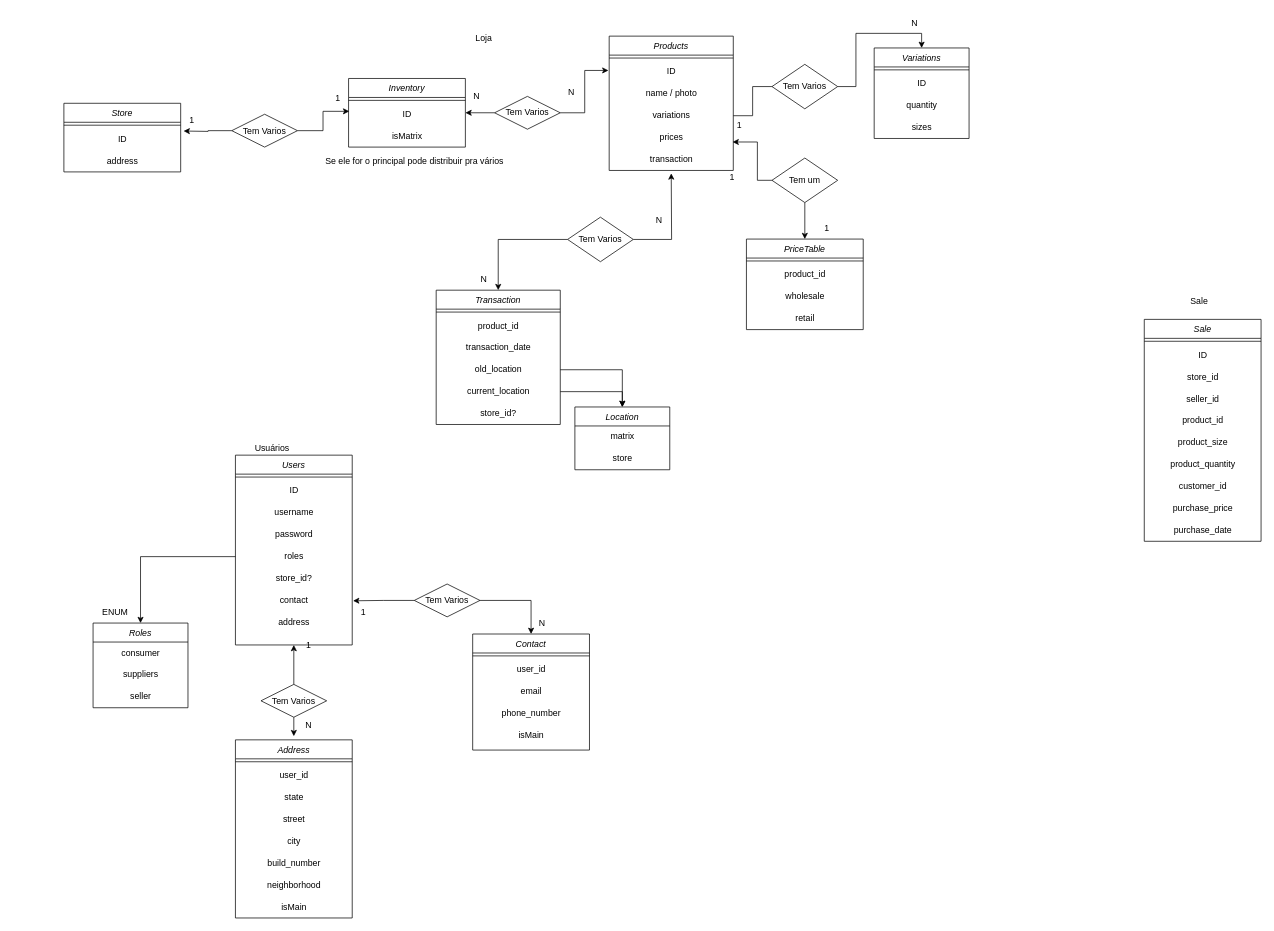
nunescl/store-management-api keeps this draw.io diagram as docs/data-model.drawio. Above is the earlier version. Source tidied: cells renumbered, new cells numbered last; positions are measured from the earlier drawing's top-left corner, leaving out a move shared by most shapes. Both pictures are drawn from the tidied source at 73%, with x=0, y=0 at pixel (64, 12).
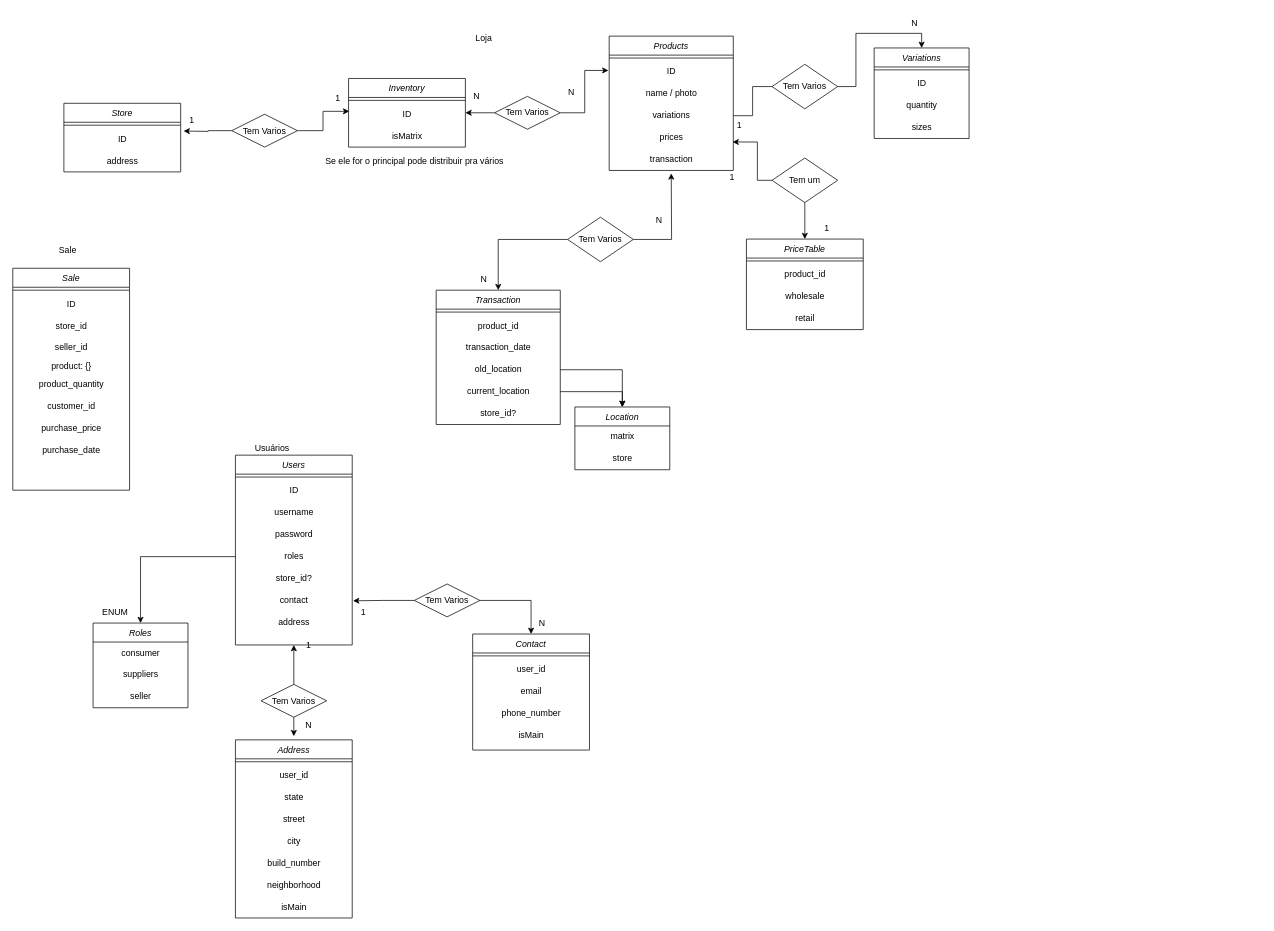
After the change.

What changed in the source:
```diff
@@
     <mxCell id="90" value="Sale" style="swimlane;fontStyle=2;align=center;verticalAlign=top;horizontal=1;startSize=26;rounded=0;shadow=0;strokeWidth=1;" parent="1" vertex="1">
-      <mxGeometry x="1480" y="420" width="160" height="304" as="geometry" />
+      <mxGeometry x="-70" y="350" width="160" height="304" as="geometry" />
     </mxCell>
@@
-    <mxCell id="95" value="product_id" style="text;html=1;align=center;verticalAlign=middle;strokeColor=none;fillColor=none;" parent="90" vertex="1">
-      <mxGeometry y="124" width="160" height="30" as="geometry" />
+    <mxCell id="95" value="product: {}" style="text;html=1;align=center;verticalAlign=middle;strokeColor=none;fillColor=none;" parent="90" vertex="1">
+      <mxGeometry y="124" width="160" height="20" as="geometry" />
     </mxCell>
-    <mxCell id="96" value="product_size" style="text;html=1;align=center;verticalAlign=middle;strokeColor=none;fillColor=none;" parent="90" vertex="1">
-      <mxGeometry y="154" width="160" height="30" as="geometry" />
-    </mxCell>
     <mxCell id="97" value="product_quantity" style="text;html=1;align=center;verticalAlign=middle;strokeColor=none;fillColor=none;" parent="90" vertex="1">
-      <mxGeometry y="184" width="160" height="30" as="geometry" />
+      <mxGeometry y="144" width="160" height="30" as="geometry" />
     </mxCell>
     <mxCell id="98" value="customer_id" style="text;html=1;align=center;verticalAlign=middle;strokeColor=none;fillColor=none;" parent="90" vertex="1">
-      <mxGeometry y="214" width="160" height="30" as="geometry" />
+      <mxGeometry y="174" width="160" height="30" as="geometry" />
     </mxCell>
     <mxCell id="99" value="purchase_price" style="text;html=1;align=center;verticalAlign=middle;strokeColor=none;fillColor=none;" parent="90" vertex="1">
-      <mxGeometry y="244" width="160" height="30" as="geometry" />
+      <mxGeometry y="204" width="160" height="30" as="geometry" />
     </mxCell>
     <mxCell id="100" value="purchase_date" style="text;html=1;align=center;verticalAlign=middle;strokeColor=none;fillColor=none;" parent="90" vertex="1">
-      <mxGeometry y="274" width="160" height="30" as="geometry" />
+      <mxGeometry y="234" width="160" height="30" as="geometry" />
     </mxCell>
     <mxCell id="101" value="Sale" style="text;html=1;align=center;verticalAlign=middle;strokeColor=none;fillColor=none;" parent="1" vertex="1">
-      <mxGeometry x="1530" y="380" width="50" height="30" as="geometry" />
+      <mxGeometry x="-20" y="310" width="50" height="30" as="geometry" />
     </mxCell>
```
